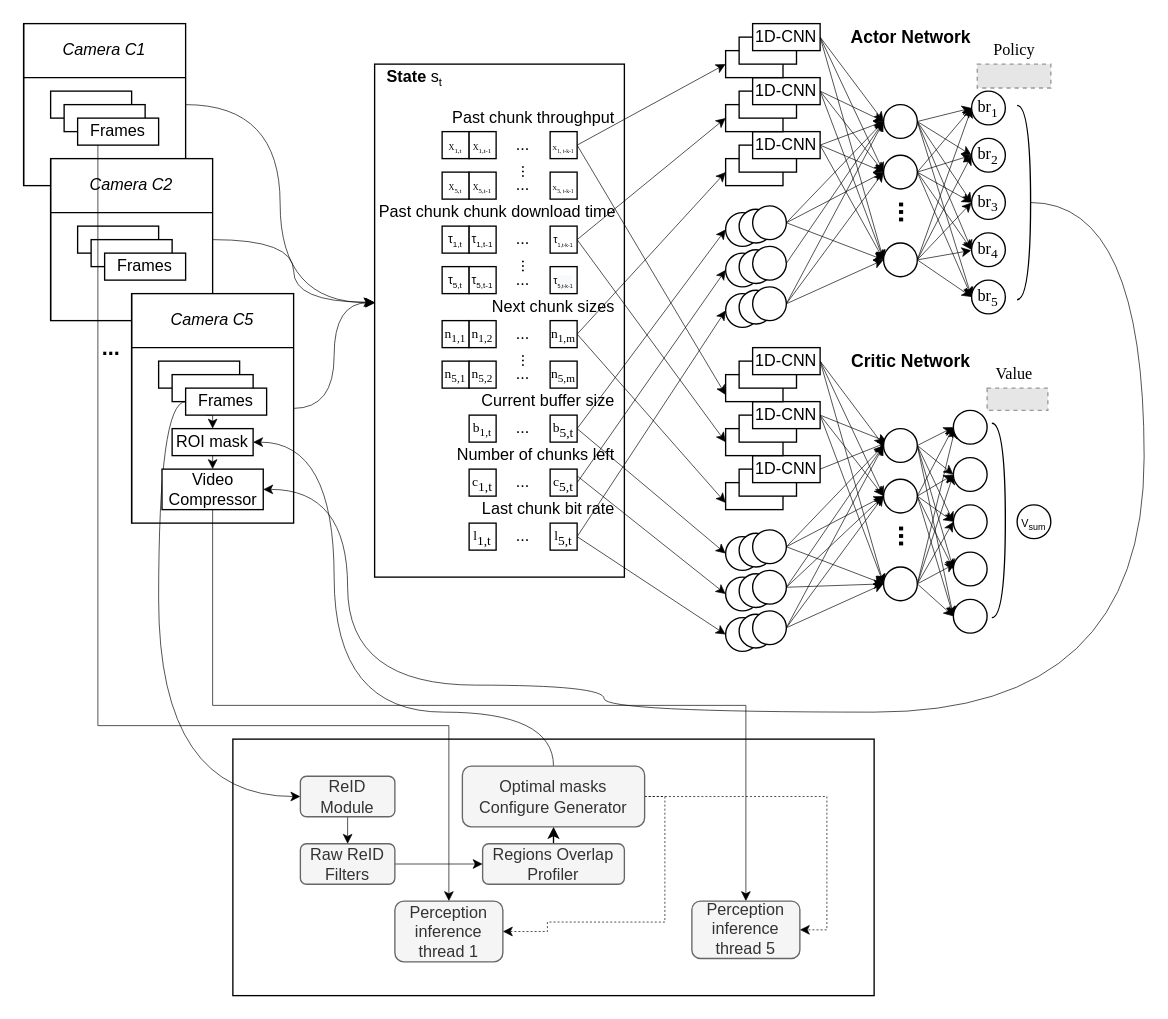
Before: page "Page-1" (1 of 2) of Multi-camera-pensieve.drawio in Yvonne0413/HRNet-Fcos-disentangle, a draw.io diagram. Source tidied: cells renumbered, new cells numbered last; positions are measured from the earlier drawing's top-left corner, leaving out a move shared by most shapes. Both pictures are drawn from the tidied source at 135%, with x=0, y=0 at pixel (23, 23). Pictures stored in the file or linked from it are replaced by grey dashed boxes.
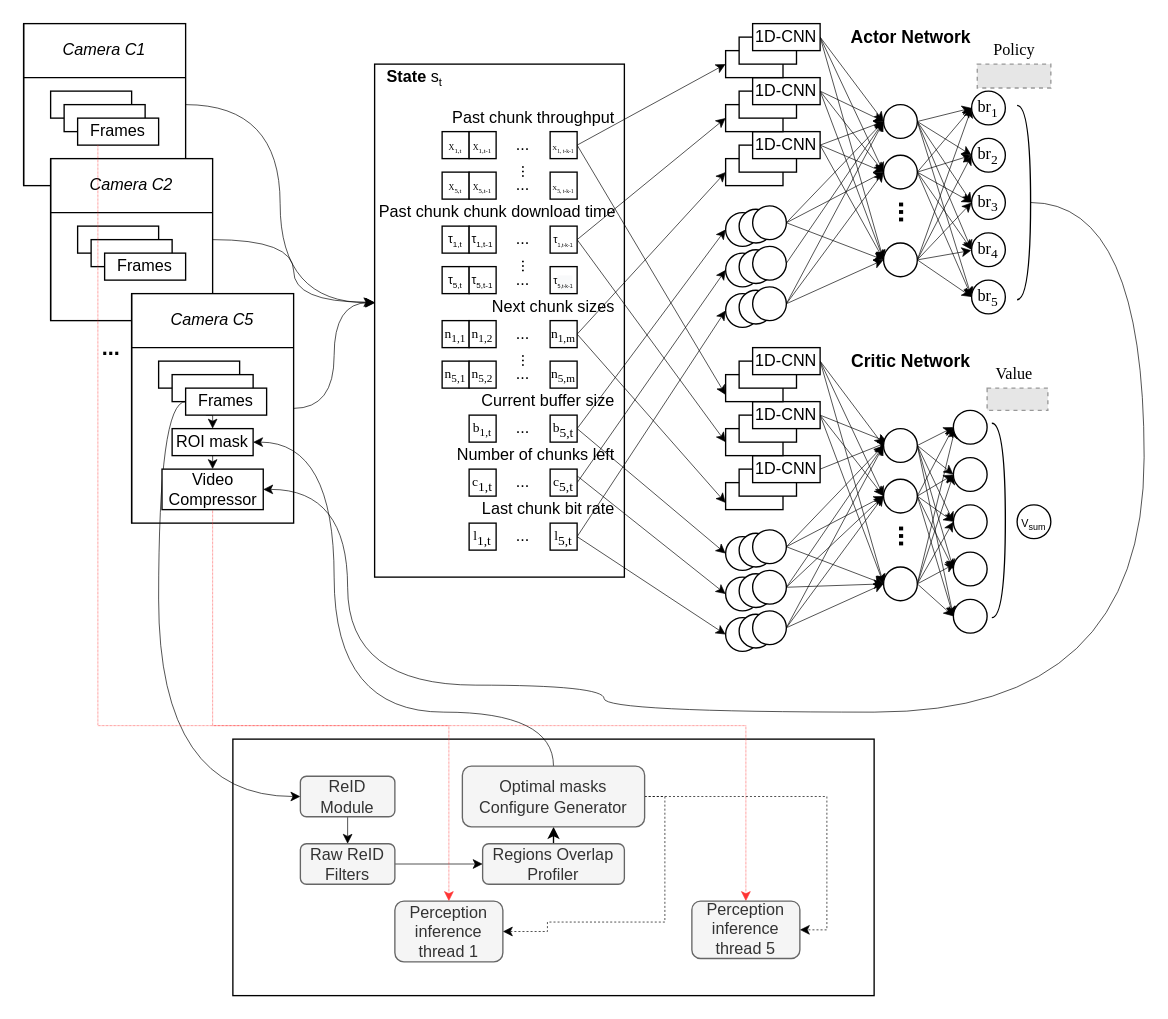
The same page after the edit.

The change refers to these unchanged cells:
```xml
<mxCell id="8" value="Frames" style="rounded=0;whiteSpace=wrap;html=1;" parent="1" vertex="1">
  <mxGeometry x="40" y="70" width="60" height="20" as="geometry" />
</mxCell>
<mxCell id="27" value="Video Compressor" style="rounded=0;whiteSpace=wrap;html=1;fillColor=#ffffff;" parent="1" vertex="1">
  <mxGeometry x="102.5" y="330" width="75" height="30" as="geometry" />
</mxCell>
<mxCell id="210" value="Perception&lt;br&gt;inference&lt;br&gt;thread 1" style="rounded=1;whiteSpace=wrap;html=1;fillColor=#f5f5f5;strokeColor=#666666;fontColor=#333333;" parent="1" vertex="1">
  <mxGeometry x="275" y="650" width="80" height="45" as="geometry" />
</mxCell>
<mxCell id="211" value="Perception&lt;br&gt;inference&lt;br&gt;thread 5" style="rounded=1;whiteSpace=wrap;html=1;fillColor=#f5f5f5;strokeColor=#666666;fontColor=#333333;" parent="1" vertex="1">
  <mxGeometry x="495" y="650" width="80" height="42.5" as="geometry" />
</mxCell>
```

Change to the diagram source:
```diff
@@
-    <mxCell id="26" style="edgeStyle=orthogonalEdgeStyle;jettySize=auto;html=1;exitX=0.5;exitY=1;exitDx=0;exitDy=0;entryX=0.5;entryY=0;entryDx=0;entryDy=0;strokeColor=#000000;strokeWidth=0.5;rounded=0;" parent="1" edge="1" source="27" target="211">
-      <mxGeometry relative="1" as="geometry" />
+    <mxCell id="26" style="edgeStyle=orthogonalEdgeStyle;jettySize=auto;html=1;exitX=0.5;exitY=1;exitDx=0;exitDy=0;entryX=0.5;entryY=0;entryDx=0;entryDy=0;strokeWidth=0.5;rounded=0;dashed=1;dashPattern=1 1;strokeColor=#FF3333;" parent="1" edge="1" source="27" target="211">
+      <mxGeometry relative="1" as="geometry">
+        <Array as="points">
+          <mxPoint x="140" y="520" />
+          <mxPoint x="535" y="520" />
+        </Array>
+      </mxGeometry>
     </mxCell>
@@
-    <mxCell id="222" style="edgeStyle=orthogonalEdgeStyle;rounded=0;jettySize=auto;html=1;exitX=0.25;exitY=1;exitDx=0;exitDy=0;entryX=0.5;entryY=0;entryDx=0;entryDy=0;strokeColor=#000000;strokeWidth=0.5;" parent="1" edge="1" source="8" target="210">
+    <mxCell id="222" style="edgeStyle=orthogonalEdgeStyle;rounded=0;jettySize=auto;html=1;exitX=0.25;exitY=1;exitDx=0;exitDy=0;entryX=0.5;entryY=0;entryDx=0;entryDy=0;strokeWidth=0.5;dashed=1;dashPattern=1 1;strokeColor=#FF3333;" parent="1" edge="1" source="8" target="210">
       <mxGeometry relative="1" as="geometry">
         <Array as="points">
           <mxPoint x="55" y="520" />
           <mxPoint x="315" y="520" />
         </Array>
       </mxGeometry>
     </mxCell>
```
